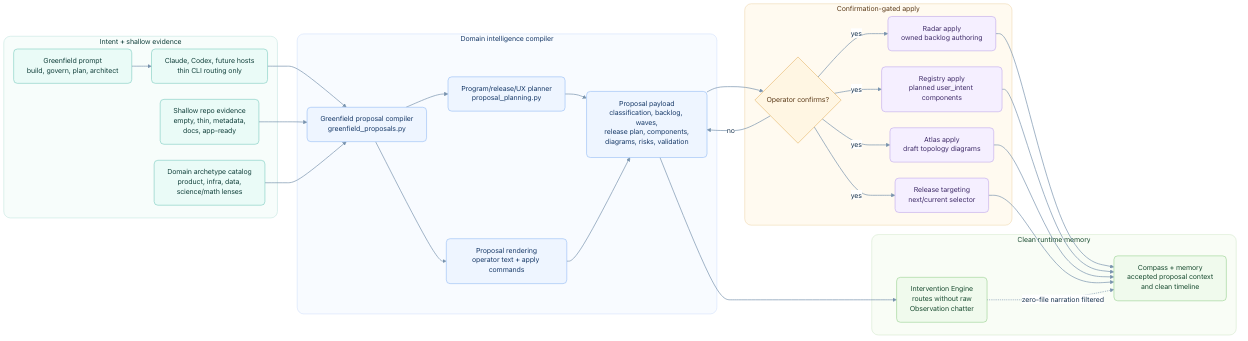
This is odylith/atlas/source/domain-intelligence-greenfield-governance.png from odylith/odylith, a Mermaid export, as it was before one commit. Its source is kept beside it as odylith/atlas/source/domain-intelligence-greenfield-governance.mmd. The source it was exported from:
```mermaid
flowchart LR
    subgraph intent_lane["Intent + shallow evidence"]
      direction TB
      prompt["Greenfield prompt<br/>build, govern, plan, architect"]
      host["Claude, Codex, future hosts<br/>thin CLI routing only"]
      source["Shallow repo evidence<br/>empty, thin, metadata,<br/>docs, app-ready"]
      catalog["Domain archetype catalog<br/>product, infra, data,<br/>science/math lenses"]
    end

    subgraph reasoning_lane["Domain intelligence compiler"]
      direction TB
      compiler["Greenfield proposal compiler<br/>greenfield_proposals.py"]
      planning["Program/release/UX planner<br/>proposal_planning.py"]
      rendering["Proposal rendering<br/>operator text + apply commands"]
      proposal["Proposal payload<br/>classification, backlog, waves,<br/>release plan, components,<br/>diagrams, risks, validation"]
    end

    subgraph confirmation_lane["Confirmation-gated apply"]
      direction TB
      confirm{"Operator confirms?"}
      radar["Radar apply<br/>owned backlog authoring"]
      registry["Registry apply<br/>planned user_intent components"]
      atlas["Atlas apply<br/>draft topology diagrams"]
      release["Release targeting<br/>next/current selector"]
    end

    subgraph memory_lane["Clean runtime memory"]
      direction TB
      intervention["Intervention Engine<br/>routes without raw<br/>Observation chatter"]
      compass["Compass + memory<br/>accepted proposal context<br/>and clean timeline"]
    end

    prompt --> host
    host --> compiler
    source --> compiler
    catalog --> compiler
    compiler --> planning --> proposal
    compiler --> rendering --> proposal
    proposal --> intervention
    proposal --> confirm
    confirm -- "no" --> proposal
    confirm -- "yes" --> radar
    confirm -- "yes" --> registry
    confirm -- "yes" --> atlas
    confirm -- "yes" --> release
    radar --> compass
    registry --> compass
    atlas --> compass
    release --> compass
    intervention -. "zero-file narration filtered" .-> compass

    classDef input fill:#eafbf7,stroke:#78c9bd,color:#103f3a,stroke-width:1.2px;
    classDef intelligence fill:#eef5ff,stroke:#91b9f4,color:#183a68,stroke-width:1.2px;
    classDef decision fill:#fff6e3,stroke:#e7b96f,color:#5b3a18,stroke-width:1.3px;
    classDef apply fill:#f5efff,stroke:#bea5ea,color:#3f2b68,stroke-width:1.2px;
    classDef memory fill:#f0faed,stroke:#95cf8c,color:#174a2f,stroke-width:1.2px;
    class prompt,host,source,catalog input;
    class compiler,planning,rendering,proposal intelligence;
    class confirm decision;
    class radar,registry,atlas,release apply;
    class intervention,compass memory;

    style intent_lane fill:#f7fdfb,stroke:#b8e1db,stroke-width:1px,color:#103f3a
    style reasoning_lane fill:#f8fbff,stroke:#c9dafa,stroke-width:1px,color:#183a68
    style confirmation_lane fill:#fffaf0,stroke:#ebd0a0,stroke-width:1px,color:#5b3a18
    style memory_lane fill:#f9fdf6,stroke:#cbe4c3,stroke-width:1px,color:#174a2f
    linkStyle default stroke:#7893ad,stroke-width:1.45px
```
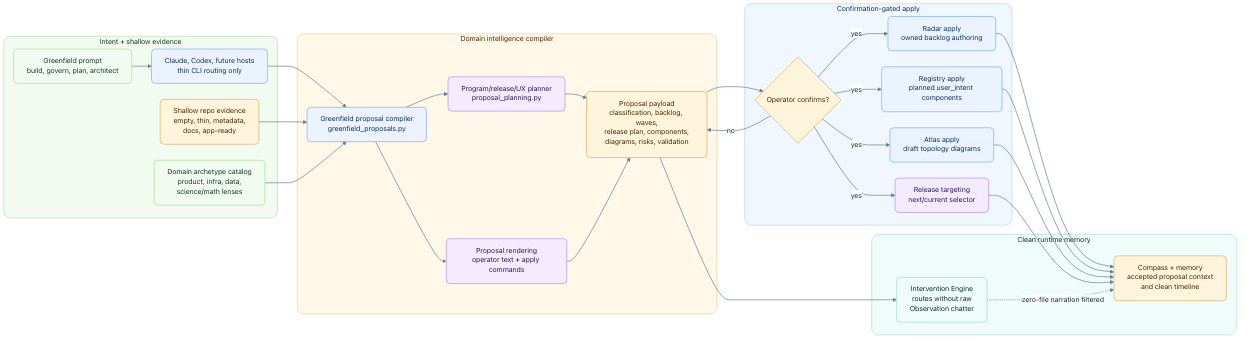
Later version of the same file.

Change to the diagram source:
```diff
@@ -49,19 +49,19 @@
     release --> compass
     intervention -. "zero-file narration filtered" .-> compass
 
-    classDef input fill:#eafbf7,stroke:#78c9bd,color:#103f3a,stroke-width:1.2px;
-    classDef intelligence fill:#eef5ff,stroke:#91b9f4,color:#183a68,stroke-width:1.2px;
-    classDef decision fill:#fff6e3,stroke:#e7b96f,color:#5b3a18,stroke-width:1.3px;
-    classDef apply fill:#f5efff,stroke:#bea5ea,color:#3f2b68,stroke-width:1.2px;
-    classDef memory fill:#f0faed,stroke:#95cf8c,color:#174a2f,stroke-width:1.2px;
+    classDef input fill:#e8fbf7,stroke:#5bbfb2,color:#062f2b,stroke-width:1.2px;
+    classDef intelligence fill:#eaf3ff,stroke:#77a9ef,color:#102f5f,stroke-width:1.2px;
+    classDef decision fill:#fff4dc,stroke:#dfaa54,color:#4a2605,stroke-width:1.3px;
+    classDef apply fill:#f4ebff,stroke:#ad8ae6,color:#31135f,stroke-width:1.2px;
+    classDef memory fill:#ebf9e8,stroke:#7ec373,color:#0f3a24,stroke-width:1.2px;
     class prompt,host,source,catalog input;
     class compiler,planning,rendering,proposal intelligence;
     class confirm decision;
     class radar,registry,atlas,release apply;
     class intervention,compass memory;
 
-    style intent_lane fill:#f7fdfb,stroke:#b8e1db,stroke-width:1px,color:#103f3a
-    style reasoning_lane fill:#f8fbff,stroke:#c9dafa,stroke-width:1px,color:#183a68
-    style confirmation_lane fill:#fffaf0,stroke:#ebd0a0,stroke-width:1px,color:#5b3a18
-    style memory_lane fill:#f9fdf6,stroke:#cbe4c3,stroke-width:1px,color:#174a2f
-    linkStyle default stroke:#7893ad,stroke-width:1.45px
+    style intent_lane fill:#effcf9,stroke:#9bd8cf,stroke-width:1px,color:#062f2b
+    style reasoning_lane fill:#f1f7ff,stroke:#a8c7f7,stroke-width:1px,color:#102f5f
+    style confirmation_lane fill:#fff8e8,stroke:#eac47f,stroke-width:1px,color:#4a2605
+    style memory_lane fill:#f2fbef,stroke:#a9d69e,stroke-width:1px,color:#0f3a24
+    linkStyle default stroke:#647d96,stroke-width:1.45px
```
